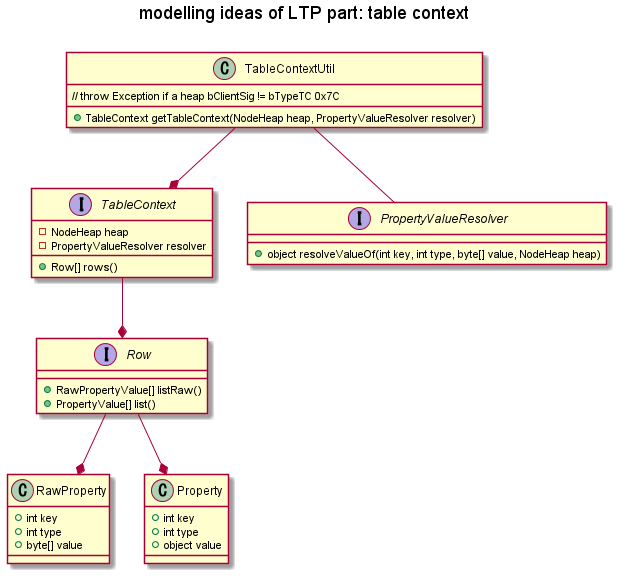
This is out/plantuml/base/ltp_tc.png from Kris-LIBIS/ruby-msg, a PlantUML export, as it was before one commit. Source of this version:
```plantuml
@startuml ltp_tc
title modelling ideas of LTP part: table context\n
class TableContextUtil {
    // throw Exception if a heap bClientSig != bTypeTC 0x7C

    + TableContext getTableContext(NodeHeap heap, PropertyValueResolver resolver)
}

interface TableContext {
    - NodeHeap heap
    - PropertyValueResolver resolver

    + Row[] rows()
}

interface Row {
    + RawPropertyValue[] listRaw()
    + PropertyValue[] list()
}

interface PropertyValueResolver {
    + object resolveValueOf(int key, int type, byte[] value, NodeHeap heap)
}

class RawProperty {
    + int key
    + int type
    + byte[] value
}

class Property {
    + int key
    + int type
    + object value
}

TableContextUtil --* TableContext
TableContext --* Row
Row --* Property
Row --* RawProperty
TableContextUtil -- PropertyValueResolver

@enduml
```
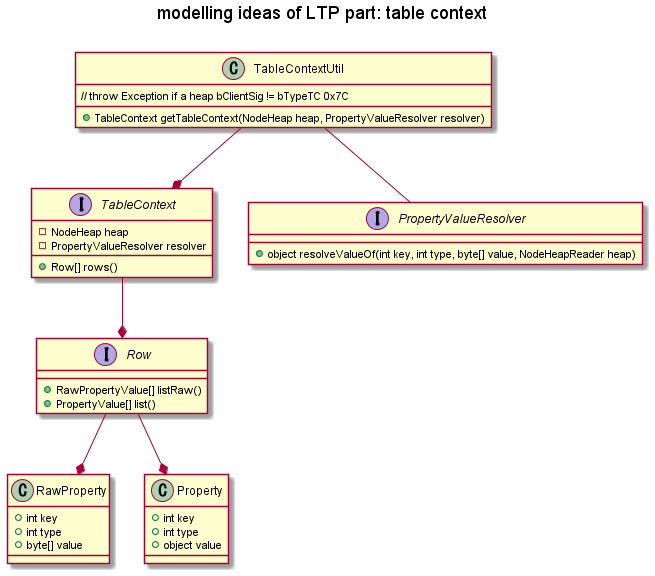
Later version of the same file.

Commit message:
Split NodeHeap to NodeHeap and NodeHeapReader

The edit, as a diff of the source:
```diff
@@ -19,7 +19,7 @@
 }
 
 interface PropertyValueResolver {
-    + object resolveValueOf(int key, int type, byte[] value, NodeHeap heap)
+    + object resolveValueOf(int key, int type, byte[] value, NodeHeapReader heap)
 }
 
 class RawProperty {
```
